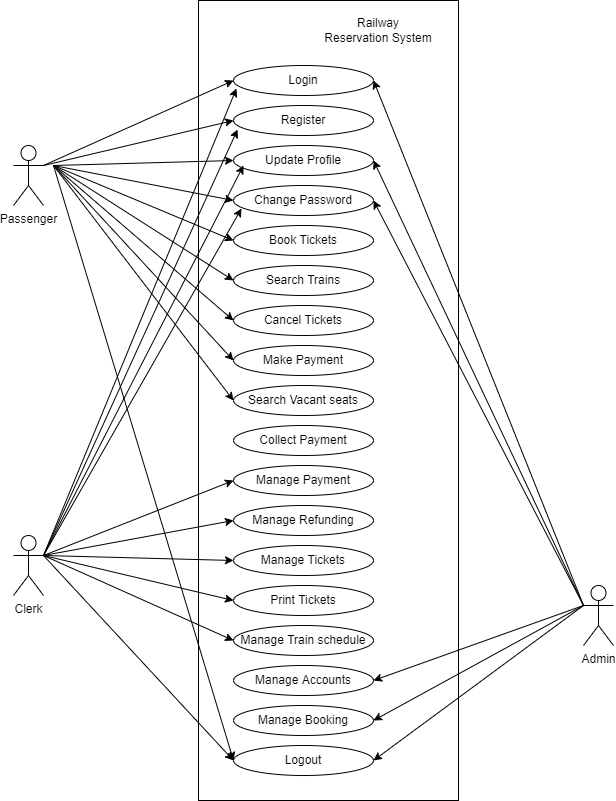
The draw.io diagram Day-10 Object Modelling diagrams/Train Reservation System/Usecase Diagram.drawio.png in Mydhili-murali/ust-prograd-training, before a commit. Source tidied: cells renumbered, new cells last; positions are measured from the earlier drawing's top-left corner, leaving out a move shared by most shapes.
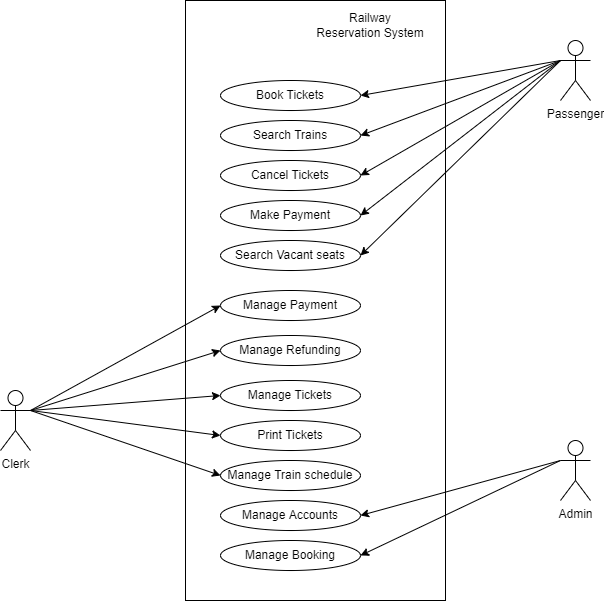
The same file after the commit.

The edit, as a diff of the source:
```diff
@@ -3,23 +3,11 @@
     <mxCell id="0" />
     <mxCell id="1" parent="0" />
     <mxCell id="2" style="whiteSpace=wrap;html=1;" parent="1" vertex="1">
-      <mxGeometry x="185" width="260" height="800" as="geometry" />
+      <mxGeometry x="185" y="145" width="260" height="600" as="geometry" />
     </mxCell>
     <mxCell id="3" value="Railway Reservation System" style="text;html=1;strokeColor=none;fillColor=none;align=center;verticalAlign=middle;whiteSpace=wrap;rounded=0;" parent="1" vertex="1">
-      <mxGeometry x="310" y="15" width="110" height="30" as="geometry" />
+      <mxGeometry x="315" y="155" width="110" height="30" as="geometry" />
     </mxCell>
-    <mxCell id="4" value="Login" style="ellipse;whiteSpace=wrap;html=1;" parent="1" vertex="1">
-      <mxGeometry x="220" y="65" width="140" height="30" as="geometry" />
-    </mxCell>
-    <mxCell id="5" value="Register" style="ellipse;whiteSpace=wrap;html=1;" parent="1" vertex="1">
-      <mxGeometry x="220" y="105" width="140" height="30" as="geometry" />
-    </mxCell>
-    <mxCell id="6" value="Update Profile" style="ellipse;whiteSpace=wrap;html=1;" parent="1" vertex="1">
-      <mxGeometry x="220" y="145" width="140" height="30" as="geometry" />
-    </mxCell>
-    <mxCell id="7" value="Change Password" style="ellipse;whiteSpace=wrap;html=1;" parent="1" vertex="1">
-      <mxGeometry x="220" y="185" width="140" height="30" as="geometry" />
-    </mxCell>
     <mxCell id="8" value="Book Tickets" style="ellipse;whiteSpace=wrap;html=1;" parent="1" vertex="1">
       <mxGeometry x="220" y="225" width="140" height="30" as="geometry" />
     </mxCell>
@@ -35,142 +23,69 @@
     <mxCell id="12" value="Search Vacant seats" style="ellipse;whiteSpace=wrap;html=1;" parent="1" vertex="1">
       <mxGeometry x="220" y="385" width="140" height="30" as="geometry" />
     </mxCell>
-    <mxCell id="13" value="Collect Payment" style="ellipse;whiteSpace=wrap;html=1;" parent="1" vertex="1">
-      <mxGeometry x="220" y="425" width="140" height="30" as="geometry" />
-    </mxCell>
     <mxCell id="14" value="Manage Payment" style="ellipse;whiteSpace=wrap;html=1;" parent="1" vertex="1">
-      <mxGeometry x="220" y="465" width="140" height="30" as="geometry" />
+      <mxGeometry x="220" y="435" width="140" height="30" as="geometry" />
     </mxCell>
     <mxCell id="15" value="Manage Refunding" style="ellipse;whiteSpace=wrap;html=1;" parent="1" vertex="1">
-      <mxGeometry x="220" y="505" width="140" height="30" as="geometry" />
+      <mxGeometry x="220" y="480" width="140" height="30" as="geometry" />
     </mxCell>
     <mxCell id="16" value="Manage Tickets" style="ellipse;whiteSpace=wrap;html=1;" parent="1" vertex="1">
-      <mxGeometry x="220" y="545" width="140" height="30" as="geometry" />
+      <mxGeometry x="220" y="525" width="140" height="30" as="geometry" />
     </mxCell>
     <mxCell id="17" value="Print Tickets" style="ellipse;whiteSpace=wrap;html=1;" parent="1" vertex="1">
-      <mxGeometry x="220" y="585" width="140" height="30" as="geometry" />
+      <mxGeometry x="220" y="565" width="140" height="30" as="geometry" />
     </mxCell>
     <mxCell id="18" value="Manage Train schedule" style="ellipse;whiteSpace=wrap;html=1;" parent="1" vertex="1">
-      <mxGeometry x="220" y="625" width="140" height="30" as="geometry" />
+      <mxGeometry x="220" y="605" width="140" height="30" as="geometry" />
     </mxCell>
     <mxCell id="19" value="Manage Accounts" style="ellipse;whiteSpace=wrap;html=1;" parent="1" vertex="1">
-      <mxGeometry x="220" y="665" width="140" height="30" as="geometry" />
+      <mxGeometry x="220" y="645" width="140" height="30" as="geometry" />
     </mxCell>
     <mxCell id="20" value="Manage Booking" style="ellipse;whiteSpace=wrap;html=1;" parent="1" vertex="1">
-      <mxGeometry x="220" y="705" width="140" height="30" as="geometry" />
+      <mxGeometry x="220" y="685" width="140" height="30" as="geometry" />
     </mxCell>
-    <mxCell id="21" value="Logout" style="ellipse;whiteSpace=wrap;html=1;" parent="1" vertex="1">
-      <mxGeometry x="220" y="745" width="140" height="30" as="geometry" />
-    </mxCell>
     <mxCell id="22" value="Passenger" style="shape=umlActor;verticalLabelPosition=bottom;verticalAlign=top;html=1;" parent="1" vertex="1">
-      <mxGeometry y="145" width="30" height="60" as="geometry" />
+      <mxGeometry x="560" y="185" width="30" height="60" as="geometry" />
     </mxCell>
     <mxCell id="23" value="Admin" style="shape=umlActor;verticalLabelPosition=bottom;verticalAlign=top;html=1;" parent="1" vertex="1">
-      <mxGeometry x="570" y="585" width="30" height="60" as="geometry" />
+      <mxGeometry x="560" y="585" width="30" height="60" as="geometry" />
     </mxCell>
     <mxCell id="24" value="Clerk" style="shape=umlActor;verticalLabelPosition=bottom;verticalAlign=top;html=1;" parent="1" vertex="1">
       <mxGeometry y="535" width="30" height="60" as="geometry" />
     </mxCell>
-    <mxCell id="25" style="endArrow=classic;html=1;rounded=0;exitX=1;exitY=0.3333333333333333;exitDx=0;exitDy=0;exitPerimeter=0;entryX=0;entryY=0.5;entryDx=0;entryDy=0;" parent="1" edge="1" source="22" target="4">
-      <mxGeometry relative="1" as="geometry" />
-    </mxCell>
-    <mxCell id="26" style="endArrow=classic;html=1;rounded=0;entryX=0;entryY=0.5;entryDx=0;entryDy=0;" parent="1" edge="1" target="5">
-      <mxGeometry relative="1" as="geometry">
-        <mxPoint x="30" y="165" as="sourcePoint" />
-      </mxGeometry>
-    </mxCell>
-    <mxCell id="27" style="endArrow=classic;html=1;rounded=0;entryX=0;entryY=0.5;entryDx=0;entryDy=0;" parent="1" edge="1" target="6">
-      <mxGeometry relative="1" as="geometry">
-        <mxPoint x="40" y="165" as="sourcePoint" />
-      </mxGeometry>
-    </mxCell>
-    <mxCell id="28" style="endArrow=classic;html=1;rounded=0;entryX=0;entryY=0.5;entryDx=0;entryDy=0;" parent="1" edge="1" target="7">
-      <mxGeometry relative="1" as="geometry">
-        <mxPoint x="40" y="165" as="sourcePoint" />
-      </mxGeometry>
-    </mxCell>
-    <mxCell id="29" style="endArrow=classic;html=1;rounded=0;entryX=0;entryY=0.5;entryDx=0;entryDy=0;" parent="1" edge="1" target="8">
+    <mxCell id="29" style="endArrow=classic;html=1;rounded=0;entryX=1;entryY=0.5;entryDx=0;entryDy=0;" parent="1" edge="1" target="8">
       <mxGeometry relative="1" as="geometry">
-        <mxPoint x="40" y="165" as="sourcePoint" />
+        <mxPoint x="560" y="205" as="sourcePoint" />
       </mxGeometry>
     </mxCell>
-    <mxCell id="30" style="endArrow=classic;html=1;rounded=0;entryX=0;entryY=0.5;entryDx=0;entryDy=0;" parent="1" edge="1" target="9">
+    <mxCell id="30" style="endArrow=classic;html=1;rounded=0;entryX=1;entryY=0.5;entryDx=0;entryDy=0;" parent="1" edge="1" target="9">
       <mxGeometry relative="1" as="geometry">
-        <mxPoint x="40" y="165" as="sourcePoint" />
+        <mxPoint x="560" y="205" as="sourcePoint" />
       </mxGeometry>
     </mxCell>
-    <mxCell id="31" style="endArrow=classic;html=1;rounded=0;entryX=0;entryY=0.5;entryDx=0;entryDy=0;" parent="1" edge="1" target="10">
+    <mxCell id="31" style="endArrow=classic;html=1;rounded=0;entryX=1;entryY=0.5;entryDx=0;entryDy=0;" parent="1" edge="1" target="10">
       <mxGeometry relative="1" as="geometry">
-        <mxPoint x="40" y="165" as="sourcePoint" />
+        <mxPoint x="560" y="205" as="sourcePoint" />
       </mxGeometry>
     </mxCell>
-    <mxCell id="32" style="endArrow=classic;html=1;rounded=0;entryX=0;entryY=0.5;entryDx=0;entryDy=0;" parent="1" edge="1" target="11">
+    <mxCell id="32" style="endArrow=classic;html=1;rounded=0;entryX=1;entryY=0.5;entryDx=0;entryDy=0;" parent="1" edge="1" target="11">
       <mxGeometry relative="1" as="geometry">
-        <mxPoint x="40" y="165" as="sourcePoint" />
+        <mxPoint x="560" y="205" as="sourcePoint" />
       </mxGeometry>
     </mxCell>
-    <mxCell id="33" style="endArrow=classic;html=1;rounded=0;entryX=0;entryY=0.5;entryDx=0;entryDy=0;" parent="1" edge="1" target="12">
+    <mxCell id="33" style="endArrow=classic;html=1;rounded=0;entryX=1;entryY=0.5;entryDx=0;entryDy=0;" parent="1" edge="1" target="12">
       <mxGeometry relative="1" as="geometry">
-        <mxPoint x="40" y="165" as="sourcePoint" />
+        <mxPoint x="560" y="205" as="sourcePoint" />
       </mxGeometry>
     </mxCell>
-    <mxCell id="34" style="endArrow=classic;html=1;rounded=0;entryX=0;entryY=0.5;entryDx=0;entryDy=0;" parent="1" edge="1" target="21">
-      <mxGeometry relative="1" as="geometry">
-        <mxPoint x="40" y="165" as="sourcePoint" />
-      </mxGeometry>
-    </mxCell>
-    <mxCell id="35" style="endArrow=classic;html=1;rounded=0;exitX=1;exitY=0.3333333333333333;exitDx=0;exitDy=0;exitPerimeter=0;entryX=0;entryY=0.5;entryDx=0;entryDy=0;" parent="1" edge="1" source="24" target="21">
-      <mxGeometry relative="1" as="geometry" />
-    </mxCell>
-    <mxCell id="36" style="endArrow=classic;html=1;rounded=0;exitX=0;exitY=0.3333333333333333;exitDx=0;exitDy=0;exitPerimeter=0;" parent="1" edge="1" source="23">
-      <mxGeometry relative="1" as="geometry">
-        <mxPoint x="360" y="760" as="targetPoint" />
-      </mxGeometry>
-    </mxCell>
     <mxCell id="37" style="endArrow=classic;html=1;rounded=0;entryX=1;entryY=0.5;entryDx=0;entryDy=0;" parent="1" edge="1" target="20">
       <mxGeometry relative="1" as="geometry">
-        <mxPoint x="570" y="605" as="sourcePoint" />
+        <mxPoint x="560" y="605" as="sourcePoint" />
       </mxGeometry>
     </mxCell>
     <mxCell id="38" style="endArrow=classic;html=1;rounded=0;exitX=0;exitY=0.3333333333333333;exitDx=0;exitDy=0;exitPerimeter=0;entryX=1;entryY=0.5;entryDx=0;entryDy=0;" parent="1" edge="1" source="23" target="19">
       <mxGeometry relative="1" as="geometry" />
     </mxCell>
-    <mxCell id="39" style="endArrow=classic;html=1;rounded=0;entryX=1;entryY=0.5;entryDx=0;entryDy=0;" parent="1" edge="1" target="4">
-      <mxGeometry relative="1" as="geometry">
-        <mxPoint x="570" y="605" as="sourcePoint" />
-      </mxGeometry>
-    </mxCell>
-    <mxCell id="40" style="endArrow=classic;html=1;rounded=0;" parent="1" edge="1">
-      <mxGeometry relative="1" as="geometry">
-        <mxPoint x="30" y="555" as="sourcePoint" />
-        <mxPoint x="230" y="165" as="targetPoint" />
-      </mxGeometry>
-    </mxCell>
-    <mxCell id="41" style="endArrow=classic;html=1;rounded=0;entryX=0.057;entryY=0.767;entryDx=0;entryDy=0;entryPerimeter=0;" parent="1" edge="1" target="7">
-      <mxGeometry relative="1" as="geometry">
-        <mxPoint x="30" y="555" as="sourcePoint" />
-      </mxGeometry>
-    </mxCell>
-    <mxCell id="42" style="endArrow=classic;html=1;rounded=0;entryX=0.029;entryY=0.8;entryDx=0;entryDy=0;entryPerimeter=0;" parent="1" edge="1" target="5">
-      <mxGeometry relative="1" as="geometry">
-        <mxPoint x="30" y="555" as="sourcePoint" />
-      </mxGeometry>
-    </mxCell>
-    <mxCell id="43" style="endArrow=classic;html=1;rounded=0;entryX=0.021;entryY=0.767;entryDx=0;entryDy=0;entryPerimeter=0;" parent="1" edge="1" target="4">
-      <mxGeometry relative="1" as="geometry">
-        <mxPoint x="30" y="555" as="sourcePoint" />
-      </mxGeometry>
-    </mxCell>
-    <mxCell id="44" style="endArrow=classic;html=1;rounded=0;entryX=1;entryY=0.5;entryDx=0;entryDy=0;" parent="1" edge="1" target="6">
-      <mxGeometry relative="1" as="geometry">
-        <mxPoint x="570" y="605" as="sourcePoint" />
-      </mxGeometry>
-    </mxCell>
-    <mxCell id="45" style="endArrow=classic;html=1;rounded=0;entryX=1;entryY=0.5;entryDx=0;entryDy=0;" parent="1" edge="1" target="7">
-      <mxGeometry relative="1" as="geometry">
-        <mxPoint x="570" y="605" as="sourcePoint" />
-      </mxGeometry>
-    </mxCell>
     <mxCell id="46" style="endArrow=classic;html=1;rounded=0;entryX=0;entryY=0.5;entryDx=0;entryDy=0;" parent="1" edge="1" target="14">
       <mxGeometry relative="1" as="geometry">
         <mxPoint x="30" y="555" as="sourcePoint" />
```
